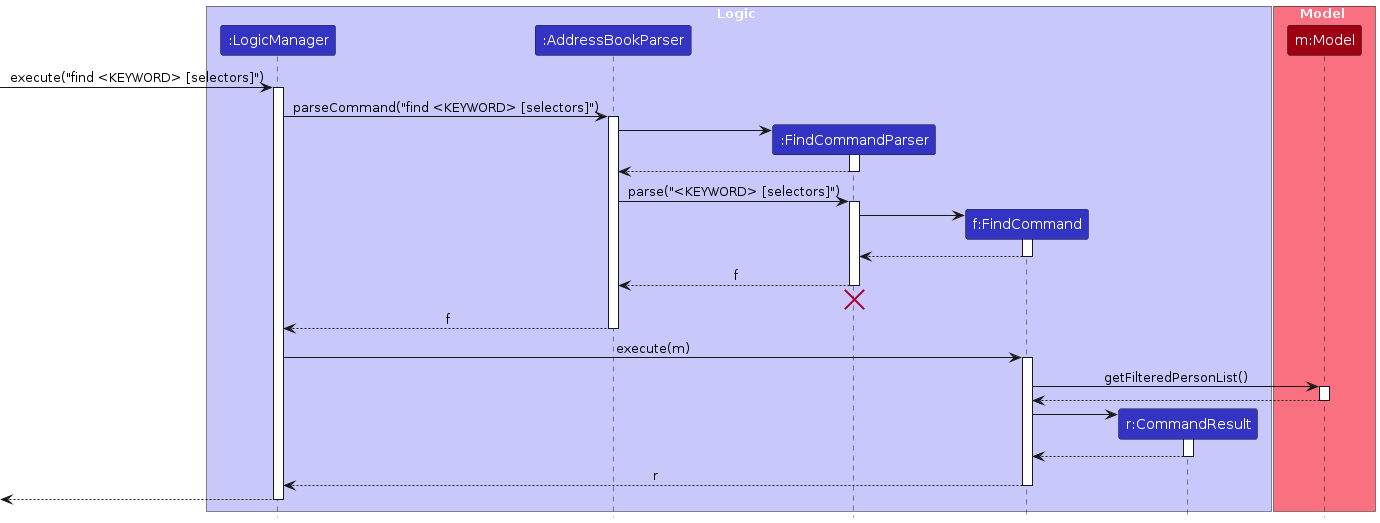
Above: diagrams/findCommand/find.png in PhoebeY05/tp (PlantUML), before the change. Its source is kept beside it as diagrams/findCommand/find.puml. Its diagram source:
```plantuml
@startuml
!include ../style.puml
skinparam ArrowFontStyle plain

box Logic LOGIC_COLOR_T1
participant ":LogicManager" as LogicManager LOGIC_COLOR
participant ":AddressBookParser" as AddressBookParser LOGIC_COLOR
participant ":FindCommandParser" as FindCommandParser LOGIC_COLOR
participant "f:FindCommand" as FindCommand LOGIC_COLOR
participant "r:CommandResult" as CommandResult LOGIC_COLOR
end box

box Model MODEL_COLOR_T1
participant "m:Model" as Model MODEL_COLOR
end box

[-> LogicManager : execute("find <KEYWORD> [selectors]")
activate LogicManager

LogicManager -> AddressBookParser : parseCommand("find <KEYWORD> [selectors]")
activate AddressBookParser

create FindCommandParser
AddressBookParser -> FindCommandParser
activate FindCommandParser

FindCommandParser --> AddressBookParser
deactivate FindCommandParser

AddressBookParser -> FindCommandParser : parse("<KEYWORD> [selectors]")
activate FindCommandParser

create FindCommand
FindCommandParser -> FindCommand
activate FindCommand

FindCommand --> FindCommandParser :
deactivate FindCommand

FindCommandParser --> AddressBookParser : f
deactivate FindCommandParser
FindCommandParser -[hidden]-> AddressBookParser
destroy FindCommandParser

AddressBookParser --> LogicManager : f
deactivate AddressBookParser

LogicManager -> FindCommand : execute(m)
activate FindCommand

FindCommand -> Model : getFilteredPersonList()
activate Model

Model --> FindCommand
deactivate Model

create CommandResult
FindCommand -> CommandResult
activate CommandResult

CommandResult --> FindCommand
deactivate CommandResult

FindCommand --> LogicManager : r
deactivate FindCommand

[<-- LogicManager
deactivate LogicManager
@enduml
```
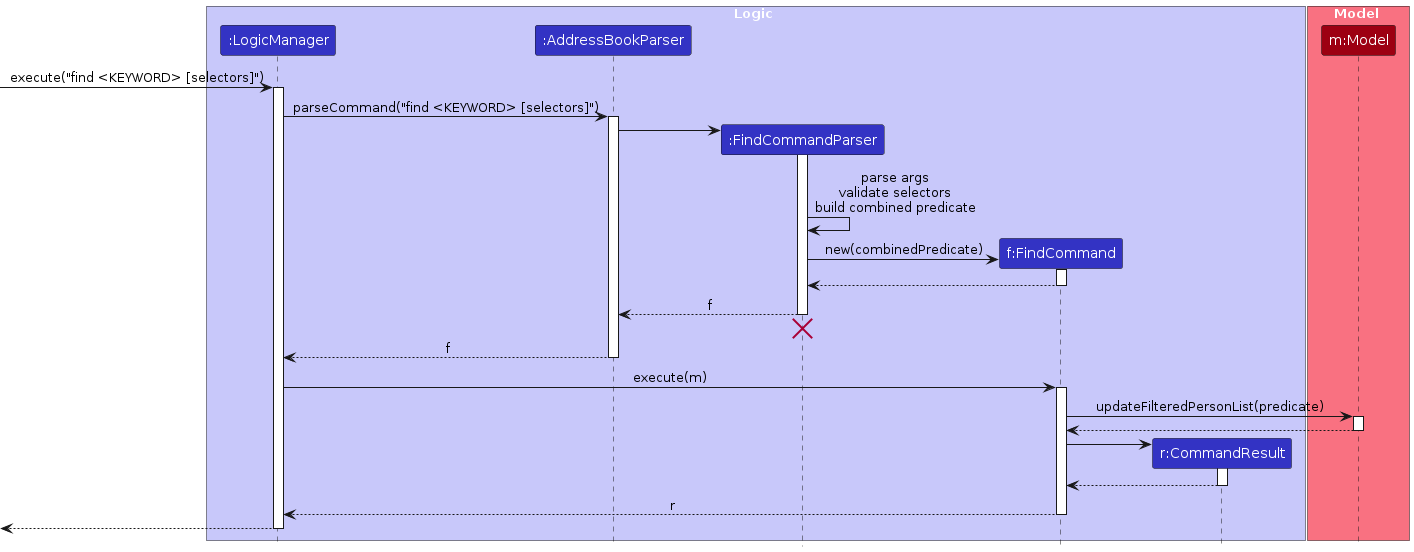
The same diagram one commit later.

Diff of the diagram source:
```diff
@@ -24,16 +24,11 @@
 AddressBookParser -> FindCommandParser
 activate FindCommandParser
 
-FindCommandParser --> AddressBookParser
-deactivate FindCommandParser
-
-AddressBookParser -> FindCommandParser : parse("<KEYWORD> [selectors]")
-activate FindCommandParser
+FindCommandParser -> FindCommandParser : parse args\nvalidate selectors\nbuild combined predicate
 
 create FindCommand
-FindCommandParser -> FindCommand
+FindCommandParser -> FindCommand : new(combinedPredicate)
 activate FindCommand
-
 FindCommand --> FindCommandParser :
 deactivate FindCommand
 
@@ -48,16 +43,14 @@
 LogicManager -> FindCommand : execute(m)
 activate FindCommand
 
-FindCommand -> Model : getFilteredPersonList()
+FindCommand -> Model : updateFilteredPersonList(predicate)
 activate Model
-
 Model --> FindCommand
 deactivate Model
 
 create CommandResult
 FindCommand -> CommandResult
 activate CommandResult
-
 CommandResult --> FindCommand
 deactivate CommandResult
 
```
